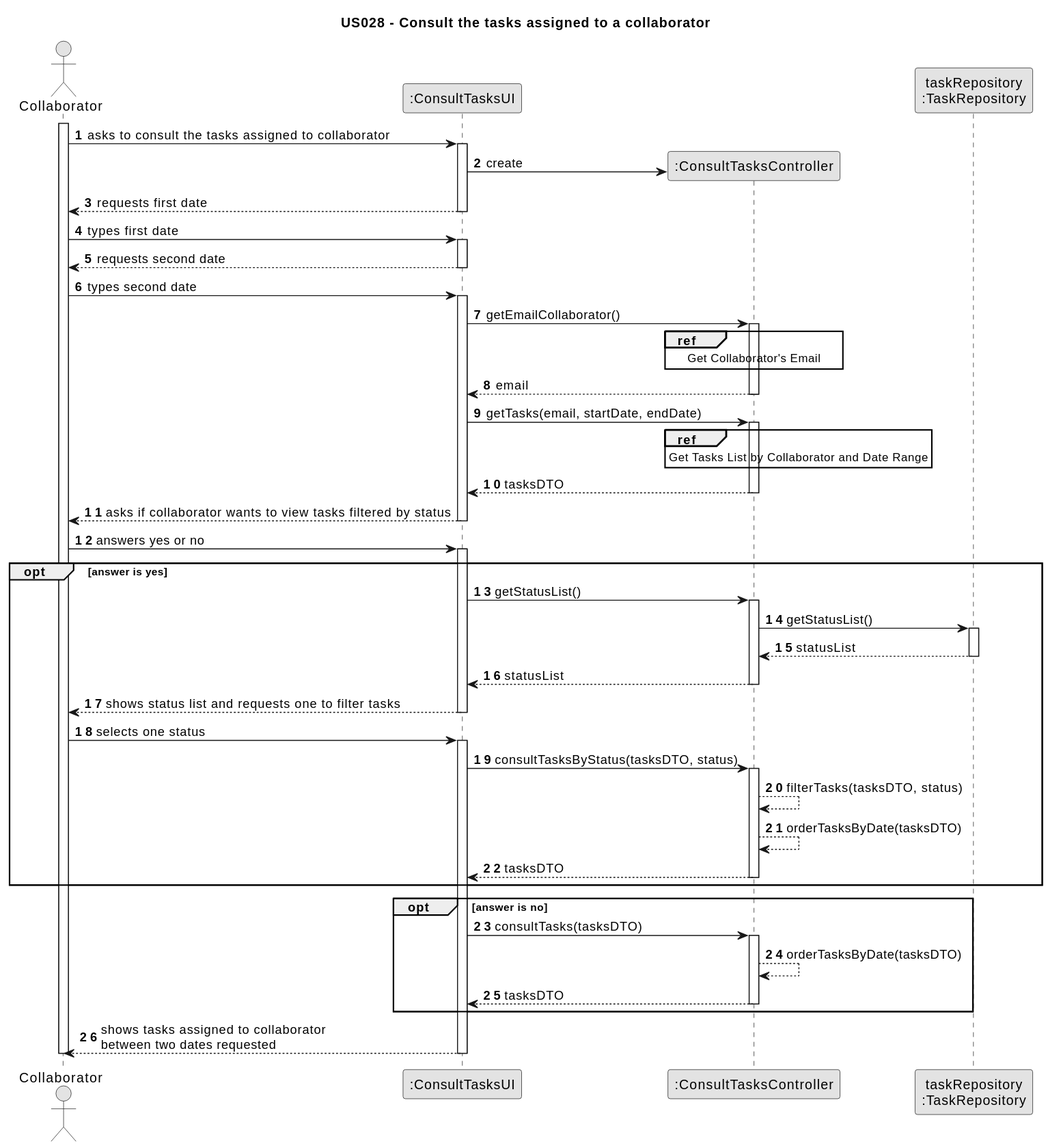
Before: docs/sprintC/us028/03.design/svg/us028-sequence-diagram-split.svg, a diagram exported from PlantUML (Departamento-de-Engenharia-Informatica/lei-24-s2-1dm-g132).
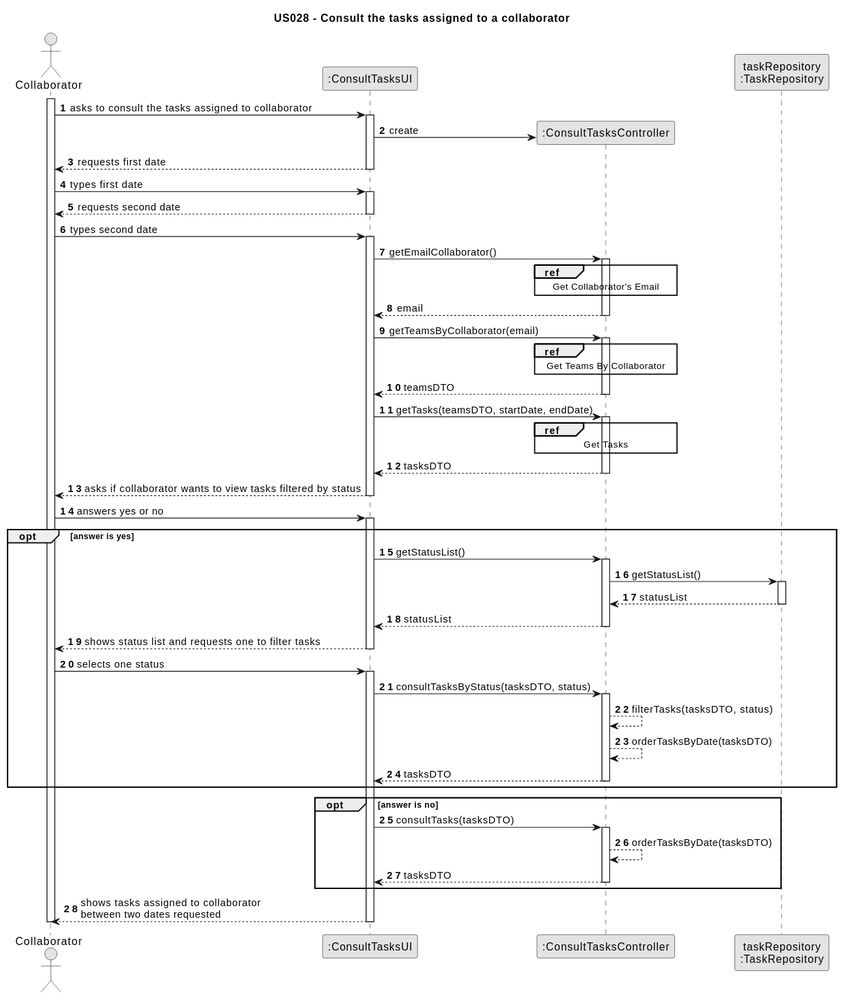
The same file after the commit.

Commit message:
US28 documentation: changed how to get tasks by team

Change to the diagram source:
```diff
@@ -41,12 +41,22 @@
     CTRL --> UI : email
     deactivate CTRL
 
-    UI -> CTRL : getTasks(email, startDate, endDate)
+    UI -> CTRL : getTeamsByCollaborator(email)
     activate CTRL
 
-    ref over CTRL
-        Get Tasks List by Collaborator and Date Range
-    end ref
+        ref over CTRL
+            Get Teams By Collaborator
+        end ref
+
+        CTRL --> UI : teamsDTO
+        deactivate CTRL
+
+        UI -> CTRL : getTasks(teamsDTO, startDate, endDate)
+            activate CTRL
+
+        ref over CTRL
+            Get Tasks
+        end ref
 
     CTRL --> UI : tasksDTO
     deactivate CTRL
```
